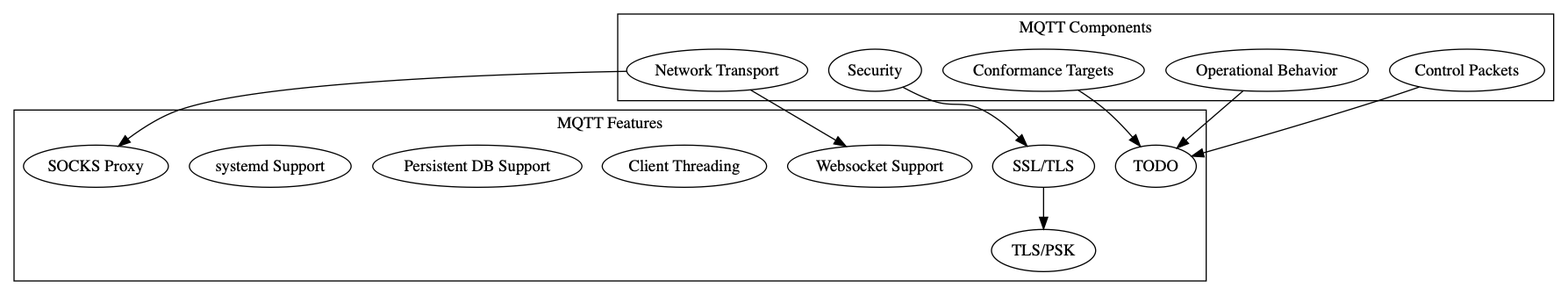
The Graphviz diagram llvm/rfc-digraph.png in ldklab/PRAT-old, before a commit. Its source is kept beside it as llvm/rfc-digraph.dot.
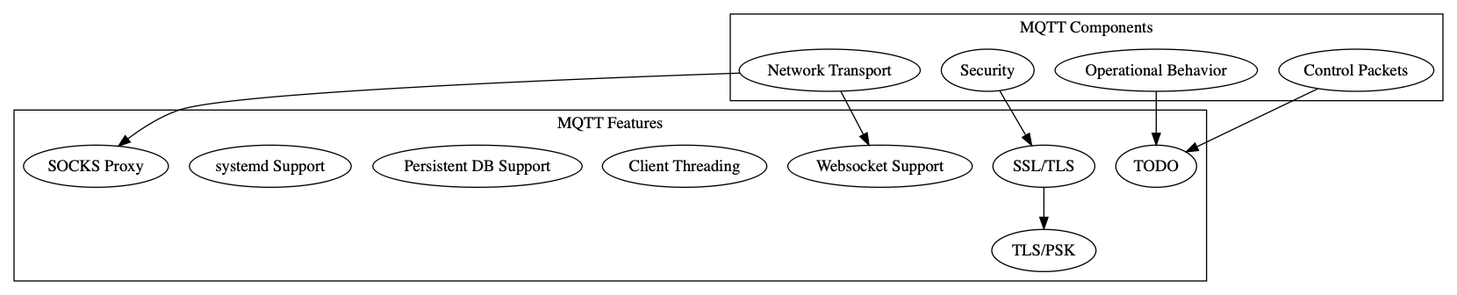
After the commit.

Commit message:
Removed conformance target

The edit, as a diff of the source:
```diff
@@ -15,7 +15,6 @@
 		"Operational Behavior";
 		"Security";
 		"Network Transport";
-		"Conformance Targets";
 	}
 
 	subgraph cluster_features {
@@ -26,7 +25,6 @@
 		"Client Threading";
 		"Persistent DB Support";
 		"systemd Support";
-		"Conformance Targets" -> "TODO";
 		"Operational Behavior" -> "TODO";
 		"Control Packets" -> "TODO";
 	}
```
